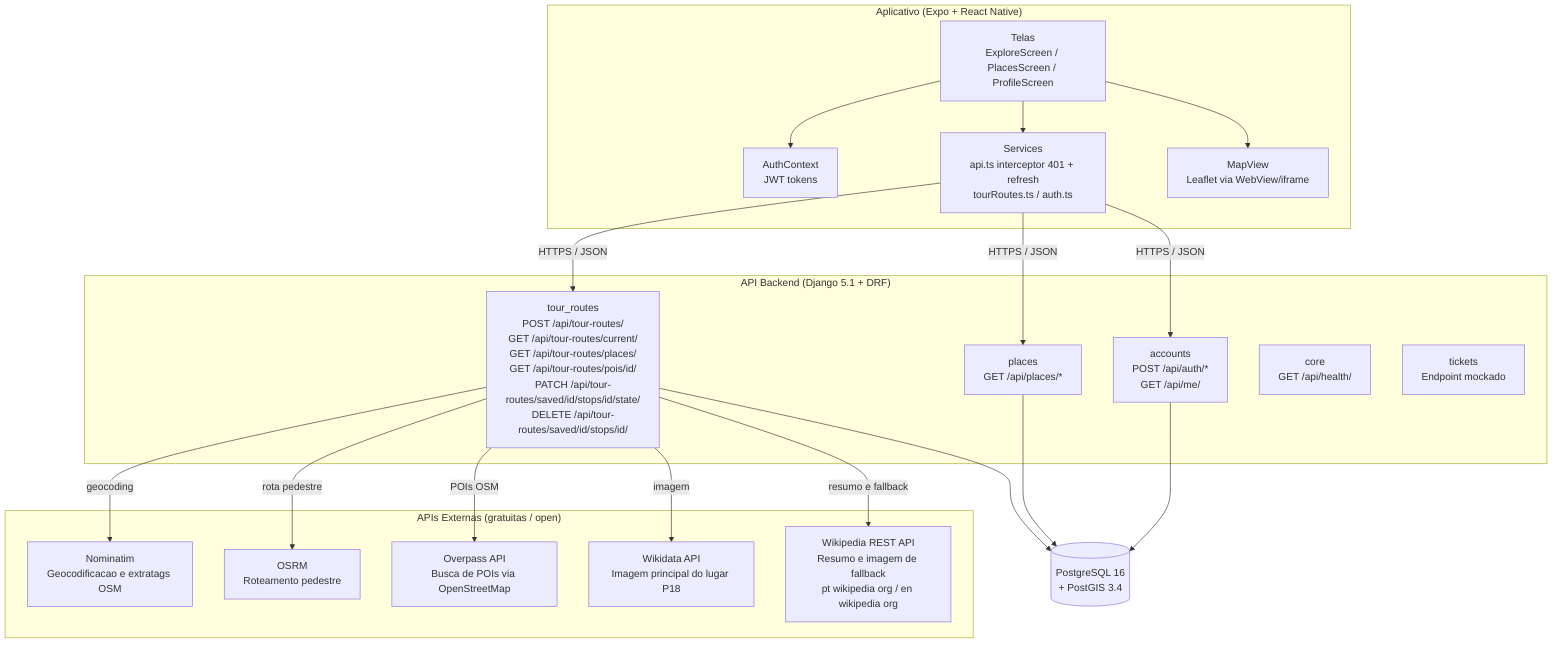
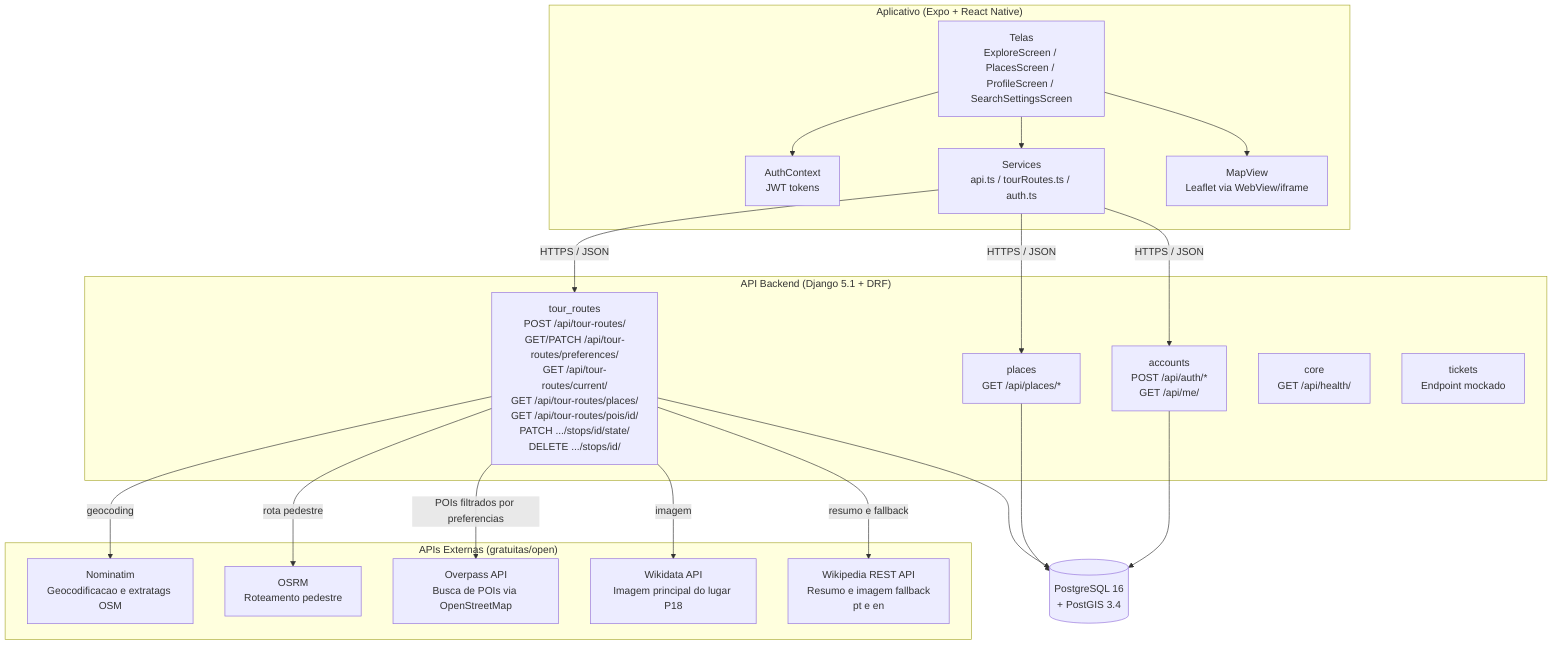
flowchart TB
    subgraph Frontend["Aplicativo (Expo + React Native)"]
-         Screens[Telas\nExploreScreen / PlacesScreen / ProfileScreen]
-         Auth[AuthContext\nJWT tokens]
-         Services[Services\napi.ts interceptor 401 + refresh\ntourRoutes.ts / auth.ts]
-         Map[MapView\nLeaflet via WebView/iframe]
+         Screens["Telas\nExploreScreen / PlacesScreen / ProfileScreen / SearchSettingsScreen"]
+         Auth["AuthContext\nJWT tokens"]
+         Services["Services\napi.ts / tourRoutes.ts / auth.ts"]
+         Map["MapView\nLeaflet via WebView/iframe"]
        Screens --> Auth
        Screens --> Services
        Screens --> Map
    end

    subgraph Backend["API Backend (Django 5.1 + DRF)"]
-         AuthAPI[accounts\nPOST /api/auth/*\nGET /api/me/]
-         PlacesAPI[places\nGET /api/places/*]
-         TourRoutesAPI[tour_routes\nPOST /api/tour-routes/\nGET /api/tour-routes/current/\nGET /api/tour-routes/places/\nGET /api/tour-routes/pois/id/\nPATCH /api/tour-routes/saved/id/stops/id/state/\nDELETE /api/tour-routes/saved/id/stops/id/]
-         CoreAPI[core\nGET /api/health/]
-         TicketsAPI[tickets\nEndpoint mockado]
+         AuthAPI["accounts\nPOST /api/auth/*\nGET /api/me/"]
+         PlacesAPI["places\nGET /api/places/*"]
+         TourRoutesAPI["tour_routes\nPOST /api/tour-routes/\nGET/PATCH /api/tour-routes/preferences/\nGET /api/tour-routes/current/\nGET /api/tour-routes/places/\nGET /api/tour-routes/pois/id/\nPATCH .../stops/id/state/\nDELETE .../stops/id/"]
+         CoreAPI["core\nGET /api/health/"]
+         TicketsAPI["tickets\nEndpoint mockado"]
    end

    DB[(PostgreSQL 16\n+ PostGIS 3.4)]

-     subgraph Externos["APIs Externas (gratuitas / open)"]
+     subgraph Externos["APIs Externas (gratuitas/open)"]
        Nominatim["Nominatim\nGeocodificacao e extratags OSM"]
        OSRM["OSRM\nRoteamento pedestre"]
        Overpass["Overpass API\nBusca de POIs via OpenStreetMap"]
        Wikidata["Wikidata API\nImagem principal do lugar P18"]
-         Wikipedia["Wikipedia REST API\nResumo e imagem de fallback\npt wikipedia org / en wikipedia org"]
+         Wikipedia["Wikipedia REST API\nResumo e imagem fallback\npt e en"]
    end

    Services -->|HTTPS / JSON| AuthAPI
    Services -->|HTTPS / JSON| TourRoutesAPI
    Services -->|HTTPS / JSON| PlacesAPI

    AuthAPI --> DB
    PlacesAPI --> DB
    TourRoutesAPI --> DB
    TourRoutesAPI -->|geocoding| Nominatim
    TourRoutesAPI -->|rota pedestre| OSRM
-     TourRoutesAPI -->|POIs OSM| Overpass
+     TourRoutesAPI -->|POIs filtrados por preferencias| Overpass
    TourRoutesAPI -->|imagem| Wikidata
    TourRoutesAPI -->|resumo e fallback| Wikipedia
